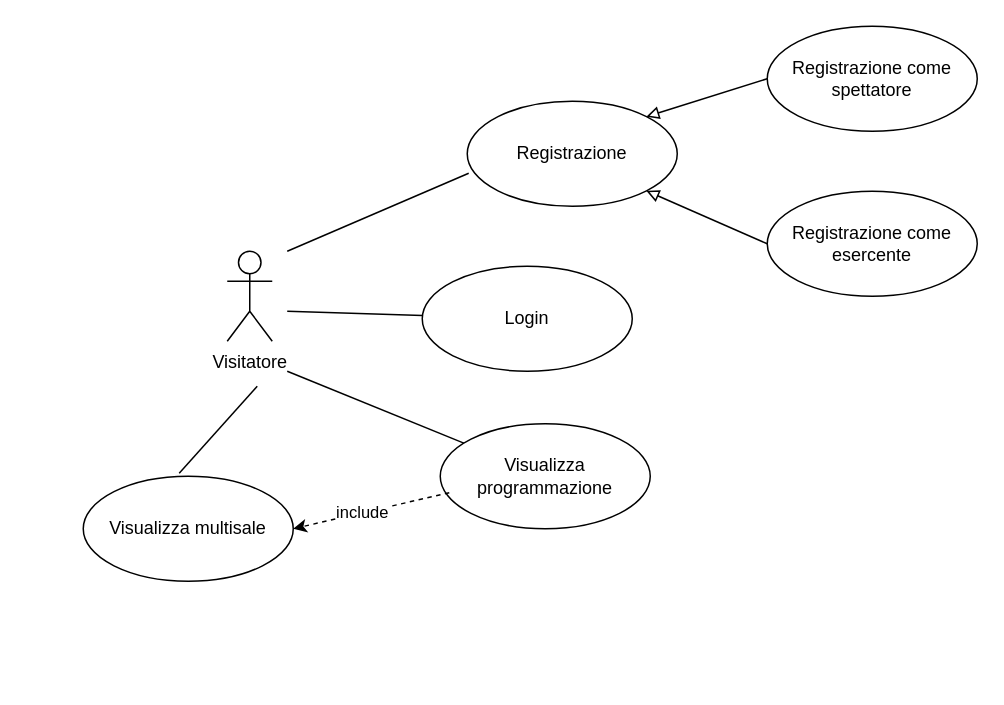
This is page "Casi d'uso Visitatore" (2 of 6) of users.drawio from michelafarruggia/SEBD, a draw.io file, before an edit. Source tidied: cells renumbered, new cells numbered last; positions are measured from the earlier drawing's top-left corner, leaving out a move shared by most shapes. Both pictures are drawn from the tidied source at 150%, with x=0, y=0 at pixel (82, 26).
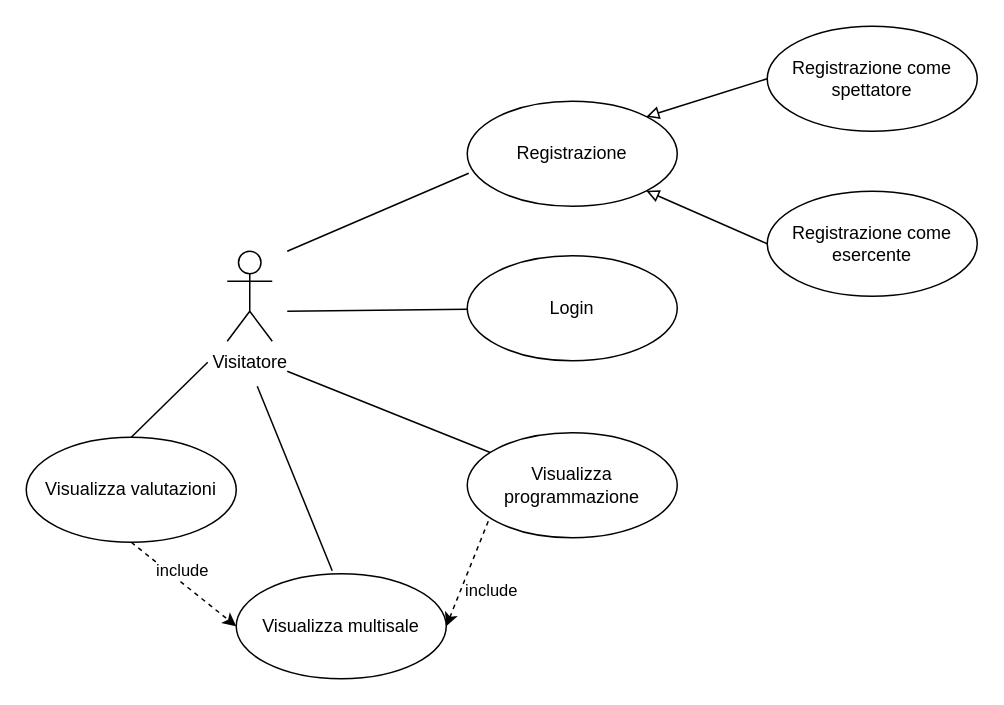
The same page after the edit.

Commit message:
added use case for all the users

Diff of the diagram source:
```diff
@@
     <mxCell id="4" value="Login" style="ellipse;whiteSpace=wrap;html=1;" parent="1" vertex="1">
-      <mxGeometry x="226" y="160" width="140" height="70" as="geometry" />
+      <mxGeometry x="256" y="153" width="140" height="70" as="geometry" />
     </mxCell>
     <mxCell id="5" value="Visualizza programmazione" style="ellipse;whiteSpace=wrap;html=1;" parent="1" vertex="1">
-      <mxGeometry x="238" y="265" width="140" height="70" as="geometry" />
+      <mxGeometry x="256" y="271" width="140" height="70" as="geometry" />
     </mxCell>
     <mxCell id="6" value="Visualizza multisale" style="ellipse;whiteSpace=wrap;html=1;" parent="1" vertex="1">
-      <mxGeometry y="300" width="140" height="70" as="geometry" />
+      <mxGeometry x="102" y="365" width="140" height="70" as="geometry" />
     </mxCell>
@@
-    <mxCell id="15" style="endArrow=classic;html=1;rounded=0;exitX=0.043;exitY=0.657;exitDx=0;exitDy=0;exitPerimeter=0;dashed=1;entryX=1;entryY=0.5;entryDx=0;entryDy=0;" parent="1" edge="1" source="5" target="6">
+    <mxCell id="15" style="endArrow=classic;html=1;rounded=0;exitX=0.1;exitY=0.843;exitDx=0;exitDy=0;exitPerimeter=0;dashed=1;entryX=1;entryY=0.5;entryDx=0;entryDy=0;" parent="1" edge="1" source="5" target="6">
       <mxGeometry relative="1" as="geometry" />
     </mxCell>
     <mxCell id="16" value="include" style="edgeLabel;html=1;align=center;verticalAlign=middle;" parent="15" vertex="1">
       <mxGeometry x="0.48" y="-2" relative="1" as="geometry">
-        <mxPoint x="19" y="-3" as="offset" />
+        <mxPoint x="24" y="-6" as="offset" />
       </mxGeometry>
     </mxCell>
+    <mxCell id="17" value="Visualizza valutazioni" style="ellipse;whiteSpace=wrap;html=1;" parent="1" vertex="1">
+      <mxGeometry x="-38" y="274" width="140" height="70" as="geometry" />
+    </mxCell>
+    <mxCell id="18" style="endArrow=none;html=1;rounded=0;entryX=0.5;entryY=0;entryDx=0;entryDy=0;" parent="1" edge="1" target="17">
+      <mxGeometry relative="1" as="geometry">
+        <mxPoint x="83" y="224" as="sourcePoint" />
+      </mxGeometry>
+    </mxCell>
+    <mxCell id="19" style="endArrow=classic;html=1;rounded=0;exitX=0.5;exitY=1;exitDx=0;exitDy=0;dashed=1;entryX=0;entryY=0.5;entryDx=0;entryDy=0;" parent="1" edge="1" source="17" target="6">
+      <mxGeometry relative="1" as="geometry" />
+    </mxCell>
+    <mxCell id="20" value="include" style="edgeLabel;html=1;align=center;verticalAlign=middle;" parent="19" vertex="1">
+      <mxGeometry x="0.48" y="-2" relative="1" as="geometry">
+        <mxPoint x="-17" y="-24" as="offset" />
+      </mxGeometry>
+    </mxCell>
```
